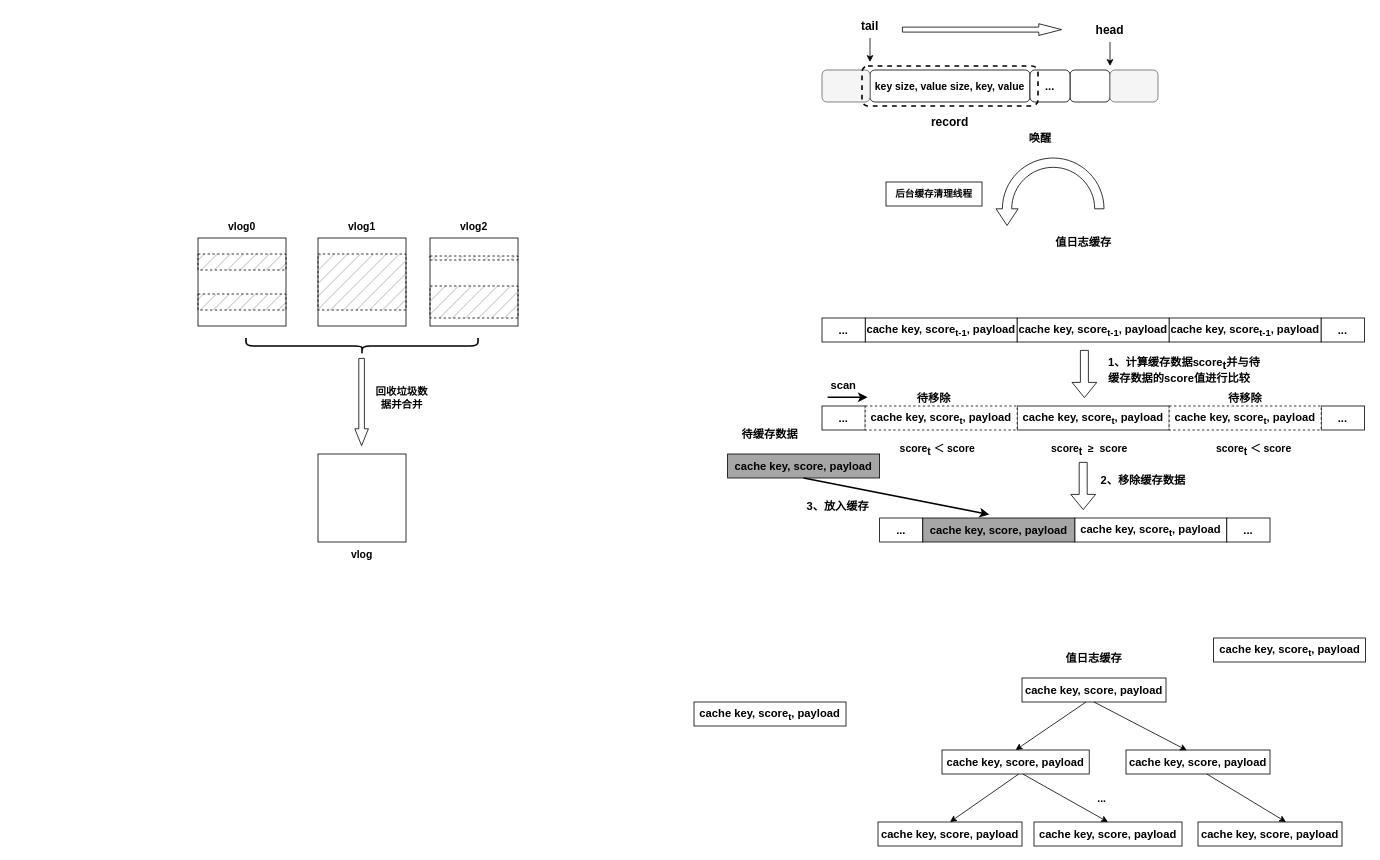
Above: page "第 2 页" (2 of 3) of RabbitKV.drawio in yeqiyi/drawIO (draw.io), before the change. Source tidied: cells renumbered, new cells numbered last; positions are measured from the earlier drawing's top-left corner, leaving out a move shared by most shapes. Both pictures are drawn from the tidied source at 80%, with x=0, y=0 at pixel (198, 14).
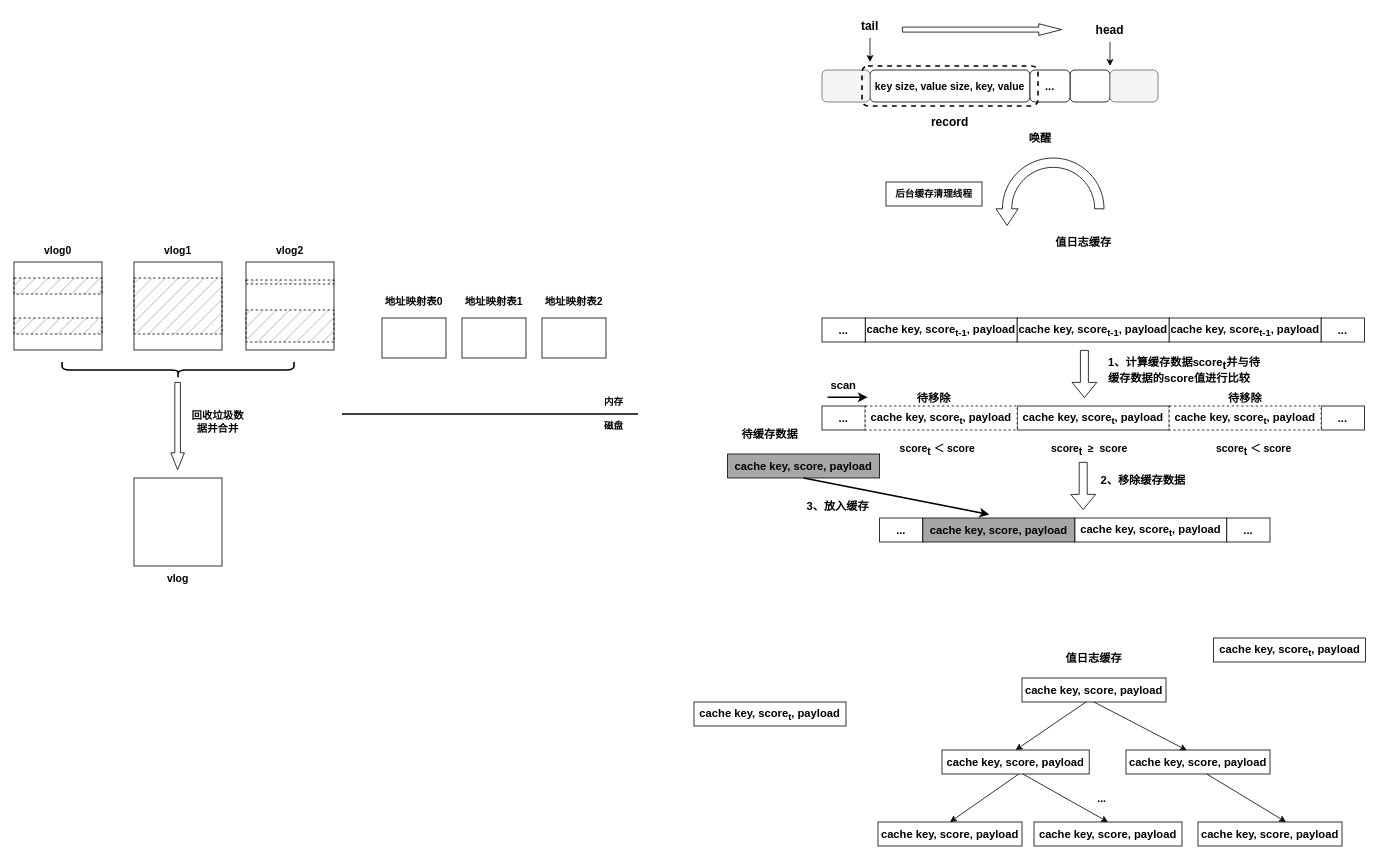
The same diagram, later.

Diff of the diagram source:
```diff
@@
     <mxCell id="62" style="rounded=0;whiteSpace=wrap;html=1;" parent="1" vertex="1">
-      <mxGeometry y="280" width="110" height="110" as="geometry" />
+      <mxGeometry x="-230" y="310" width="110" height="110" as="geometry" />
     </mxCell>
     <mxCell id="63" value="&lt;span style=&quot;font-size: 13px;&quot;&gt;&lt;b&gt;vlog0&lt;/b&gt;&lt;/span&gt;" style="text;html=1;strokeColor=none;fillColor=none;align=center;verticalAlign=middle;whiteSpace=wrap;rounded=0;" parent="1" vertex="1">
-      <mxGeometry x="25" y="250" width="60" height="30" as="geometry" />
+      <mxGeometry x="-205" y="280" width="60" height="30" as="geometry" />
     </mxCell>
     <mxCell id="64" style="rounded=0;whiteSpace=wrap;html=1;" parent="1" vertex="1">
-      <mxGeometry x="150" y="280" width="110" height="110" as="geometry" />
+      <mxGeometry x="-80" y="310" width="110" height="110" as="geometry" />
     </mxCell>
     <mxCell id="65" value="&lt;span style=&quot;font-size: 13px;&quot;&gt;&lt;b&gt;vlog1&lt;/b&gt;&lt;/span&gt;" style="text;html=1;strokeColor=none;fillColor=none;align=center;verticalAlign=middle;whiteSpace=wrap;rounded=0;" parent="1" vertex="1">
-      <mxGeometry x="175" y="250" width="60" height="30" as="geometry" />
+      <mxGeometry x="-55" y="280" width="60" height="30" as="geometry" />
     </mxCell>
     <mxCell id="66" style="rounded=0;whiteSpace=wrap;html=1;" parent="1" vertex="1">
-      <mxGeometry x="290" y="280" width="110" height="110" as="geometry" />
+      <mxGeometry x="60" y="310" width="110" height="110" as="geometry" />
     </mxCell>
     <mxCell id="67" value="&lt;span style=&quot;font-size: 13px;&quot;&gt;&lt;b&gt;vlog2&lt;/b&gt;&lt;/span&gt;" style="text;html=1;strokeColor=none;fillColor=none;align=center;verticalAlign=middle;whiteSpace=wrap;rounded=0;" parent="1" vertex="1">
-      <mxGeometry x="315" y="250" width="60" height="30" as="geometry" />
+      <mxGeometry x="85" y="280" width="60" height="30" as="geometry" />
     </mxCell>
     <mxCell id="68" style="rounded=0;whiteSpace=wrap;html=1;dashed=1;gradientColor=none;fillStyle=hatch;fillColor=#A6A6A6;" parent="1" vertex="1">
-      <mxGeometry y="300" width="110" height="20" as="geometry" />
+      <mxGeometry x="-230" y="330" width="110" height="20" as="geometry" />
     </mxCell>
     <mxCell id="69" style="rounded=0;whiteSpace=wrap;html=1;dashed=1;gradientColor=none;fillStyle=hatch;fillColor=#A6A6A6;" parent="1" vertex="1">
-      <mxGeometry y="350" width="110" height="20" as="geometry" />
+      <mxGeometry x="-230" y="380" width="110" height="20" as="geometry" />
     </mxCell>
     <mxCell id="70" style="rounded=0;whiteSpace=wrap;html=1;dashed=1;gradientColor=none;fillStyle=hatch;fillColor=#A6A6A6;" parent="1" vertex="1">
-      <mxGeometry x="150" y="300" width="110" height="70" as="geometry" />
+      <mxGeometry x="-80" y="330" width="110" height="70" as="geometry" />
     </mxCell>
     <mxCell id="71" style="rounded=0;whiteSpace=wrap;html=1;dashed=1;gradientColor=none;fillStyle=hatch;fillColor=#A6A6A6;" parent="1" vertex="1">
-      <mxGeometry x="290" y="340" width="110" height="40" as="geometry" />
+      <mxGeometry x="60" y="370" width="110" height="40" as="geometry" />
     </mxCell>
     <mxCell id="72" style="rounded=0;whiteSpace=wrap;html=1;dashed=1;gradientColor=none;fillStyle=hatch;fillColor=#A6A6A6;" parent="1" vertex="1">
-      <mxGeometry x="290" y="302.5" width="110" height="5" as="geometry" />
+      <mxGeometry x="60" y="332.5" width="110" height="5" as="geometry" />
     </mxCell>
     <mxCell id="73" style="shape=curlyBracket;whiteSpace=wrap;html=1;rounded=1;flipH=1;labelPosition=right;verticalLabelPosition=middle;align=left;verticalAlign=middle;rotation=90;strokeWidth=2;" parent="1" vertex="1">
-      <mxGeometry x="195" y="270" width="20" height="290" as="geometry" />
+      <mxGeometry x="-35" y="300" width="20" height="290" as="geometry" />
     </mxCell>
     <mxCell id="74" style="shape=flexArrow;endArrow=classic;html=1;rounded=0;endWidth=9;endSize=6.67;width=7;" parent="1" edge="1">
       <mxGeometry relative="1" as="geometry">
-        <mxPoint x="204.5" y="430" as="sourcePoint" />
-        <mxPoint x="204.5" y="540" as="targetPoint" />
+        <mxPoint x="-25.5" y="460" as="sourcePoint" />
+        <mxPoint x="-25.5" y="570" as="targetPoint" />
       </mxGeometry>
     </mxCell>
     <mxCell id="75" style="rounded=0;whiteSpace=wrap;html=1;" parent="1" vertex="1">
-      <mxGeometry x="150" y="550" width="110" height="110" as="geometry" />
+      <mxGeometry x="-80" y="580" width="110" height="110" as="geometry" />
     </mxCell>
     <mxCell id="76" value="&lt;span style=&quot;font-size: 13px;&quot;&gt;&lt;b&gt;vlog&lt;/b&gt;&lt;/span&gt;" style="text;html=1;strokeColor=none;fillColor=none;align=center;verticalAlign=middle;whiteSpace=wrap;rounded=0;" parent="1" vertex="1">
-      <mxGeometry x="175" y="660" width="60" height="30" as="geometry" />
+      <mxGeometry x="-55" y="690" width="60" height="30" as="geometry" />
     </mxCell>
     <mxCell id="77" value="&lt;span style=&quot;font-size: 13px;&quot;&gt;&lt;b&gt;回收垃圾数据并合并&lt;/b&gt;&lt;/span&gt;" style="text;html=1;strokeColor=none;fillColor=none;align=center;verticalAlign=middle;whiteSpace=wrap;rounded=0;" parent="1" vertex="1">
-      <mxGeometry x="220" y="460" width="70" height="40" as="geometry" />
+      <mxGeometry x="-10" y="490" width="70" height="40" as="geometry" />
     </mxCell>
+    <mxCell id="78" style="endArrow=none;html=1;rounded=0;strokeWidth=2;" parent="1" edge="1">
+      <mxGeometry relative="1" as="geometry">
+        <mxPoint x="180" y="500" as="sourcePoint" />
+        <mxPoint x="550" y="500" as="targetPoint" />
+      </mxGeometry>
+    </mxCell>
+    <mxCell id="79" value="&lt;b&gt;内存&lt;/b&gt;" style="text;html=1;strokeColor=none;fillColor=none;align=center;verticalAlign=middle;whiteSpace=wrap;rounded=0;" parent="1" vertex="1">
+      <mxGeometry x="490" y="470" width="60" height="30" as="geometry" />
+    </mxCell>
+    <mxCell id="80" value="&lt;b&gt;磁盘&lt;/b&gt;" style="text;html=1;strokeColor=none;fillColor=none;align=center;verticalAlign=middle;whiteSpace=wrap;rounded=0;" parent="1" vertex="1">
+      <mxGeometry x="490" y="500" width="60" height="30" as="geometry" />
+    </mxCell>
+    <mxCell id="81" style="rounded=0;whiteSpace=wrap;html=1;" parent="1" vertex="1">
+      <mxGeometry x="230" y="380" width="80" height="50" as="geometry" />
+    </mxCell>
+    <mxCell id="82" value="&lt;span style=&quot;font-size: 13px;&quot;&gt;&lt;b&gt;地址映射表0&lt;/b&gt;&lt;/span&gt;" style="text;html=1;strokeColor=none;fillColor=none;align=center;verticalAlign=middle;whiteSpace=wrap;rounded=0;" parent="1" vertex="1">
+      <mxGeometry x="230" y="347.5" width="80" height="22.5" as="geometry" />
+    </mxCell>
+    <mxCell id="83" style="rounded=0;whiteSpace=wrap;html=1;" parent="1" vertex="1">
+      <mxGeometry x="330" y="380" width="80" height="50" as="geometry" />
+    </mxCell>
+    <mxCell id="84" value="&lt;span style=&quot;font-size: 13px;&quot;&gt;&lt;b&gt;地址映射表1&lt;/b&gt;&lt;/span&gt;" style="text;html=1;strokeColor=none;fillColor=none;align=center;verticalAlign=middle;whiteSpace=wrap;rounded=0;" parent="1" vertex="1">
+      <mxGeometry x="330" y="347.5" width="80" height="22.5" as="geometry" />
+    </mxCell>
+    <mxCell id="85" style="rounded=0;whiteSpace=wrap;html=1;" parent="1" vertex="1">
+      <mxGeometry x="430" y="380" width="80" height="50" as="geometry" />
+    </mxCell>
+    <mxCell id="86" value="&lt;span style=&quot;font-size: 13px;&quot;&gt;&lt;b&gt;地址映射表2&lt;/b&gt;&lt;/span&gt;" style="text;html=1;strokeColor=none;fillColor=none;align=center;verticalAlign=middle;whiteSpace=wrap;rounded=0;" parent="1" vertex="1">
+      <mxGeometry x="430" y="347.5" width="80" height="22.5" as="geometry" />
+    </mxCell>
```
